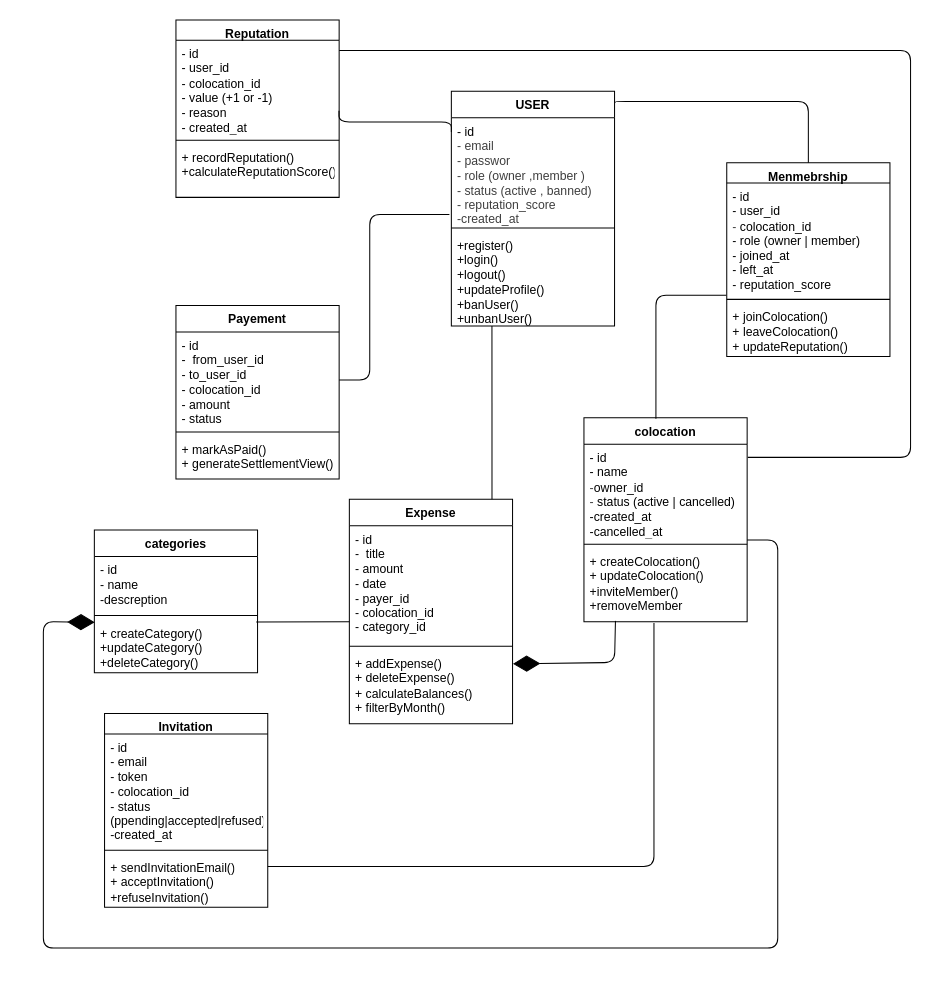
The draw.io diagram diagrammes/Classe.drawio in HIBA53757/EasyColoc, before the edit. Source tidied: cells renumbered, new cells numbered last; positions are measured from the earlier drawing's top-left corner, leaving out a move shared by most shapes. Both pictures are drawn from the tidied source at 102%, with x=0, y=0 at pixel (43, 19).
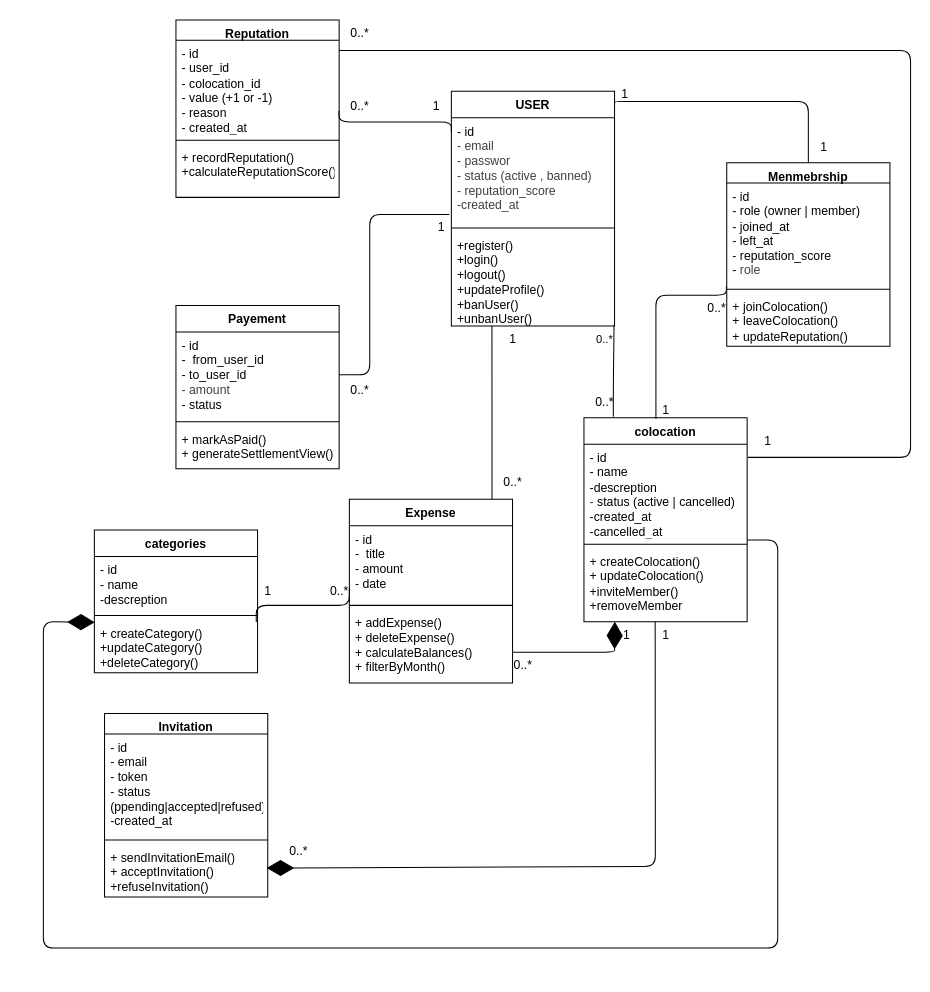
The same page after the edit.

Commit message (it also covers changes not shown here):
fix diagramme de class

Unchanged cells that the change refers to:
```xml
<mxCell id="6" value="USER" style="swimlane;fontStyle=1;align=center;verticalAlign=top;horizontal=1;startSize=26;whiteSpace=wrap;html=1;" parent="1" vertex="1">
  <mxGeometry x="400" y="70" width="160" height="230" as="geometry" />
</mxCell>
<mxCell id="9" value="+register()&lt;div&gt;+login()&lt;/div&gt;&lt;div&gt;+logout()&lt;/div&gt;&lt;div&gt;+updateProfile()&lt;/div&gt;&lt;div&gt;+banUser()&lt;/div&gt;&lt;div&gt;+unbanUser()&lt;/div&gt;" style="text;strokeColor=none;fillColor=none;align=left;verticalAlign=top;spacingLeft=4;spacingRight=4;overflow=hidden;points=[[0,0.5],[1,0.5]];portConstraint=eastwest;whiteSpace=wrap;html=1;" parent="6" vertex="1">
  <mxGeometry y="138" width="160" height="92" as="geometry" />
</mxCell>
<mxCell id="10" value="colocation" style="swimlane;fontStyle=1;align=center;verticalAlign=top;horizontal=1;startSize=26;whiteSpace=wrap;html=1;" parent="1" vertex="1">
  <mxGeometry x="530" y="390" width="160" height="200" as="geometry" />
</mxCell>
<mxCell id="13" value="+&amp;nbsp;createColocation()&lt;div&gt;+&amp;nbsp;updateColocation()&lt;/div&gt;&lt;div&gt;+inviteMember()&lt;/div&gt;&lt;div&gt;+removeMember&lt;/div&gt;" style="text;strokeColor=none;fillColor=none;align=left;verticalAlign=top;spacingLeft=4;spacingRight=4;overflow=hidden;points=[[0,0.5],[1,0.5]];portConstraint=eastwest;whiteSpace=wrap;html=1;" parent="10" vertex="1">
  <mxGeometry y="128" width="160" height="72" as="geometry" />
</mxCell>
```

Change to the diagram source:
```diff
@@
     <mxCell id="2" value="Expense" style="swimlane;fontStyle=1;align=center;verticalAlign=top;horizontal=1;startSize=26;whiteSpace=wrap;html=1;" parent="1" vertex="1">
-      <mxGeometry x="300" y="470" width="160" height="220" as="geometry" />
+      <mxGeometry x="300" y="470" width="160" height="180" as="geometry" />
     </mxCell>
-    <mxCell id="3" value="&lt;div&gt;-&amp;nbsp;id&lt;/div&gt;-&amp;nbsp; title&lt;div&gt;-&amp;nbsp;amount&lt;/div&gt;&lt;div&gt;- date&lt;/div&gt;&lt;div&gt;- payer_id&lt;/div&gt;&lt;div&gt;- colocation_id&lt;/div&gt;&lt;div&gt;- category_id&lt;/div&gt;" style="text;strokeColor=none;fillColor=none;align=left;verticalAlign=top;spacingLeft=4;spacingRight=4;overflow=hidden;points=[[0,0.5],[1,0.5]];portConstraint=eastwest;whiteSpace=wrap;html=1;" parent="2" vertex="1">
-      <mxGeometry y="26" width="160" height="114" as="geometry" />
+    <mxCell id="3" value="&lt;div&gt;-&amp;nbsp;id&lt;/div&gt;-&amp;nbsp; title&lt;div&gt;-&amp;nbsp;amount&lt;/div&gt;&lt;div&gt;- date&lt;/div&gt;" style="text;strokeColor=none;fillColor=none;align=left;verticalAlign=top;spacingLeft=4;spacingRight=4;overflow=hidden;points=[[0,0.5],[1,0.5]];portConstraint=eastwest;whiteSpace=wrap;html=1;" parent="2" vertex="1">
+      <mxGeometry y="26" width="160" height="74" as="geometry" />
     </mxCell>
     <mxCell id="4" style="line;strokeWidth=1;fillColor=none;align=left;verticalAlign=middle;spacingTop=-1;spacingLeft=3;spacingRight=3;labelPosition=right;strokeColor=inherit;" parent="2" vertex="1">
-      <mxGeometry y="140" width="160" height="8" as="geometry" />
+      <mxGeometry y="100" width="160" height="8" as="geometry" />
     </mxCell>
     <mxCell id="5" value="+&amp;nbsp;addExpense()&lt;div&gt;+ deleteExpense()&lt;/div&gt;&lt;div&gt;+ calculateBalances()&lt;/div&gt;&lt;div&gt;+ filterByMonth()&lt;/div&gt;" style="text;strokeColor=none;fillColor=none;align=left;verticalAlign=top;spacingLeft=4;spacingRight=4;overflow=hidden;points=[[0,0.5],[1,0.5]];portConstraint=eastwest;whiteSpace=wrap;html=1;" parent="2" vertex="1">
-      <mxGeometry y="148" width="160" height="72" as="geometry" />
+      <mxGeometry y="108" width="160" height="72" as="geometry" />
     </mxCell>
@@
-    <mxCell id="7" value="&lt;span style=&quot;color: rgb(0, 0, 0);&quot;&gt;- id&amp;nbsp;&lt;/span&gt;&lt;span style=&quot;background-color: transparent;&quot;&gt;&amp;nbsp;&lt;/span&gt;&lt;div style=&quot;color: rgb(63, 63, 63); scrollbar-color: rgb(226, 226, 226) rgb(251, 251, 251);&quot;&gt;- email&amp;nbsp;&lt;/div&gt;&lt;div style=&quot;color: rgb(63, 63, 63); scrollbar-color: rgb(226, 226, 226) rgb(251, 251, 251);&quot;&gt;- passwor&amp;nbsp;&lt;/div&gt;&lt;div style=&quot;color: rgb(63, 63, 63); scrollbar-color: rgb(226, 226, 226) rgb(251, 251, 251);&quot;&gt;&lt;span style=&quot;color: rgb(63, 63, 63);&quot;&gt;- role (owner ,member )&lt;/span&gt;&lt;/div&gt;&lt;div style=&quot;color: rgb(63, 63, 63); scrollbar-color: rgb(226, 226, 226) rgb(251, 251, 251);&quot;&gt;&lt;span style=&quot;color: rgb(63, 63, 63);&quot;&gt;- status (active , banned)&lt;/span&gt;&lt;/div&gt;&lt;div style=&quot;color: rgb(63, 63, 63); scrollbar-color: rgb(226, 226, 226) rgb(251, 251, 251);&quot;&gt;&lt;span style=&quot;color: rgb(63, 63, 63);&quot;&gt;- reputation_score&lt;/span&gt;&lt;/div&gt;&lt;div style=&quot;color: rgb(63, 63, 63); scrollbar-color: rgb(226, 226, 226) rgb(251, 251, 251);&quot;&gt;&lt;span style=&quot;color: rgb(63, 63, 63);&quot;&gt;-created_at&lt;/span&gt;&lt;/div&gt;" style="text;strokeColor=none;fillColor=none;align=left;verticalAlign=top;spacingLeft=4;spacingRight=4;overflow=hidden;points=[[0,0.5],[1,0.5]];portConstraint=eastwest;whiteSpace=wrap;html=1;" parent="6" vertex="1">
+    <mxCell id="7" value="&lt;span style=&quot;color: rgb(0, 0, 0);&quot;&gt;- id&amp;nbsp;&lt;/span&gt;&lt;span style=&quot;background-color: transparent;&quot;&gt;&amp;nbsp;&lt;/span&gt;&lt;div style=&quot;color: rgb(63, 63, 63); scrollbar-color: rgb(226, 226, 226) rgb(251, 251, 251);&quot;&gt;- email&amp;nbsp;&lt;/div&gt;&lt;div style=&quot;color: rgb(63, 63, 63); scrollbar-color: rgb(226, 226, 226) rgb(251, 251, 251);&quot;&gt;- passwor&amp;nbsp;&lt;/div&gt;&lt;div style=&quot;color: rgb(63, 63, 63); scrollbar-color: rgb(226, 226, 226) rgb(251, 251, 251);&quot;&gt;&lt;span style=&quot;background-color: transparent;&quot;&gt;- status (active , banned)&lt;/span&gt;&lt;/div&gt;&lt;div style=&quot;color: rgb(63, 63, 63); scrollbar-color: rgb(226, 226, 226) rgb(251, 251, 251);&quot;&gt;&lt;span style=&quot;color: rgb(63, 63, 63);&quot;&gt;- reputation_score&lt;/span&gt;&lt;/div&gt;&lt;div style=&quot;color: rgb(63, 63, 63); scrollbar-color: rgb(226, 226, 226) rgb(251, 251, 251);&quot;&gt;&lt;span style=&quot;color: rgb(63, 63, 63);&quot;&gt;-created_at&lt;/span&gt;&lt;/div&gt;" style="text;strokeColor=none;fillColor=none;align=left;verticalAlign=top;spacingLeft=4;spacingRight=4;overflow=hidden;points=[[0,0.5],[1,0.5]];portConstraint=eastwest;whiteSpace=wrap;html=1;" parent="6" vertex="1">
       <mxGeometry y="26" width="160" height="104" as="geometry" />
     </mxCell>
@@
-    <mxCell id="11" value="-&amp;nbsp;id&lt;div&gt;- name&lt;/div&gt;&lt;div&gt;&lt;span style=&quot;color: rgb(63, 63, 63); background-color: transparent;&quot;&gt;-&lt;/span&gt;&lt;span style=&quot;background-color: transparent;&quot;&gt;owner_id&lt;/span&gt;&lt;/div&gt;&lt;div&gt;&lt;span style=&quot;background-color: transparent; color: rgb(63, 63, 63);&quot;&gt;-&amp;nbsp;&lt;/span&gt;&lt;span style=&quot;background-color: transparent;&quot;&gt;status (active | cancelled)&lt;/span&gt;&lt;/div&gt;&lt;div&gt;-created_at&lt;/div&gt;&lt;div&gt;-cancelled_at&lt;/div&gt;" style="text;strokeColor=none;fillColor=none;align=left;verticalAlign=top;spacingLeft=4;spacingRight=4;overflow=hidden;whiteSpace=wrap;html=1;" parent="10" vertex="1">
+    <mxCell id="11" value="-&amp;nbsp;id&lt;div&gt;- name&lt;/div&gt;&lt;div&gt;&lt;span style=&quot;background-color: transparent;&quot;&gt;-descreption&lt;/span&gt;&lt;/div&gt;&lt;div&gt;&lt;span style=&quot;background-color: transparent; color: rgb(63, 63, 63);&quot;&gt;-&amp;nbsp;&lt;/span&gt;&lt;span style=&quot;background-color: transparent;&quot;&gt;status (active | cancelled)&lt;/span&gt;&lt;/div&gt;&lt;div&gt;-created_at&lt;/div&gt;&lt;div&gt;-cancelled_at&lt;/div&gt;" style="text;strokeColor=none;fillColor=none;align=left;verticalAlign=top;spacingLeft=4;spacingRight=4;overflow=hidden;whiteSpace=wrap;html=1;" parent="10" vertex="1">
       <mxGeometry y="26" width="160" height="94" as="geometry" />
     </mxCell>
@@
     <mxCell id="18" value="Menmebrship" style="swimlane;fontStyle=1;align=center;verticalAlign=top;horizontal=1;startSize=20;whiteSpace=wrap;html=1;" parent="1" vertex="1">
-      <mxGeometry x="670" y="140" width="160" height="190" as="geometry" />
+      <mxGeometry x="670" y="140" width="160" height="180" as="geometry" />
     </mxCell>
-    <mxCell id="19" value="-&amp;nbsp;id&lt;div&gt;-&amp;nbsp;user_id&lt;/div&gt;&lt;div&gt;&lt;span style=&quot;color: rgb(63, 63, 63); background-color: transparent;&quot;&gt;-&amp;nbsp;&lt;/span&gt;&lt;span style=&quot;background-color: transparent;&quot;&gt;colocation_id&lt;/span&gt;&lt;/div&gt;&lt;div&gt;&lt;span style=&quot;background-color: transparent;&quot;&gt;-&amp;nbsp;&lt;/span&gt;&lt;span style=&quot;background-color: transparent;&quot;&gt;role (owner | member)&lt;/span&gt;&lt;/div&gt;&lt;div&gt;- joined_at&lt;/div&gt;&lt;div&gt;- left_at&lt;/div&gt;&lt;div&gt;- reputation_score&lt;/div&gt;" style="text;strokeColor=none;fillColor=none;align=left;verticalAlign=top;spacingLeft=4;spacingRight=4;overflow=hidden;points=[[0,0.5],[1,0.5]];portConstraint=eastwest;whiteSpace=wrap;html=1;" parent="18" vertex="1">
-      <mxGeometry y="20" width="160" height="110" as="geometry" />
+    <mxCell id="19" value="-&amp;nbsp;id&lt;div&gt;&lt;span style=&quot;background-color: transparent;&quot;&gt;-&amp;nbsp;&lt;/span&gt;&lt;span style=&quot;background-color: transparent;&quot;&gt;role (owner | member)&lt;/span&gt;&lt;/div&gt;&lt;div&gt;- joined_at&lt;/div&gt;&lt;div&gt;- left_at&lt;/div&gt;&lt;div&gt;- reputation_score&lt;/div&gt;&lt;div&gt;-&lt;span style=&quot;color: rgb(63, 63, 63); background-color: transparent;&quot;&gt;&amp;nbsp;role&amp;nbsp;&lt;/span&gt;&lt;/div&gt;" style="text;strokeColor=none;fillColor=none;align=left;verticalAlign=top;spacingLeft=4;spacingRight=4;overflow=hidden;points=[[0,0.5],[1,0.5]];portConstraint=eastwest;whiteSpace=wrap;html=1;" parent="18" vertex="1">
+      <mxGeometry y="20" width="160" height="100" as="geometry" />
     </mxCell>
     <mxCell id="20" style="line;strokeWidth=1;fillColor=none;align=left;verticalAlign=middle;spacingTop=-1;spacingLeft=3;spacingRight=3;labelPosition=right;strokeColor=inherit;" parent="18" vertex="1">
-      <mxGeometry y="130" width="160" height="8" as="geometry" />
+      <mxGeometry y="120" width="160" height="8" as="geometry" />
     </mxCell>
     <mxCell id="21" value="+&amp;nbsp;joinColocation()&lt;div&gt;+&amp;nbsp;leaveColocation()&lt;/div&gt;&lt;div&gt;+ updateReputation()&lt;/div&gt;" style="text;strokeColor=none;fillColor=none;align=left;verticalAlign=top;spacingLeft=4;spacingRight=4;overflow=hidden;whiteSpace=wrap;html=1;" parent="18" vertex="1">
-      <mxGeometry y="138" width="160" height="52" as="geometry" />
+      <mxGeometry y="128" width="160" height="52" as="geometry" />
     </mxCell>
     <mxCell id="22" value="Payement" style="swimlane;fontStyle=1;align=center;verticalAlign=top;horizontal=1;startSize=26;whiteSpace=wrap;html=1;" parent="1" vertex="1">
-      <mxGeometry x="130" y="280" width="160" height="170" as="geometry" />
+      <mxGeometry x="130" y="280" width="160" height="160" as="geometry" />
     </mxCell>
-    <mxCell id="23" value="&lt;div&gt;-&amp;nbsp;id&lt;/div&gt;-&amp;nbsp; from_user_id&lt;div&gt;-&amp;nbsp;to_user_id&lt;/div&gt;&lt;div&gt;- colocation_id&lt;/div&gt;&lt;div&gt;- amount&lt;/div&gt;&lt;div&gt;-&amp;nbsp;status&lt;/div&gt;&lt;div&gt;&lt;br&gt;&lt;/div&gt;" style="text;strokeColor=none;fillColor=none;align=left;verticalAlign=top;spacingLeft=4;spacingRight=4;overflow=hidden;points=[[0,0.5],[1,0.5]];portConstraint=eastwest;whiteSpace=wrap;html=1;" parent="22" vertex="1">
-      <mxGeometry y="26" width="160" height="94" as="geometry" />
+    <mxCell id="23" value="&lt;div&gt;-&amp;nbsp;id&lt;/div&gt;-&amp;nbsp; from_user_id&lt;div&gt;-&amp;nbsp;to_user_id&lt;/div&gt;&lt;div&gt;&lt;span style=&quot;color: rgb(63, 63, 63); background-color: transparent;&quot;&gt;- amount&lt;/span&gt;&lt;/div&gt;&lt;div&gt;-&amp;nbsp;status&lt;/div&gt;&lt;div&gt;&lt;br&gt;&lt;/div&gt;" style="text;strokeColor=none;fillColor=none;align=left;verticalAlign=top;spacingLeft=4;spacingRight=4;overflow=hidden;points=[[0,0.5],[1,0.5]];portConstraint=eastwest;whiteSpace=wrap;html=1;" parent="22" vertex="1">
+      <mxGeometry y="26" width="160" height="84" as="geometry" />
     </mxCell>
     <mxCell id="24" style="line;strokeWidth=1;fillColor=none;align=left;verticalAlign=middle;spacingTop=-1;spacingLeft=3;spacingRight=3;labelPosition=right;strokeColor=inherit;" parent="22" vertex="1">
-      <mxGeometry y="120" width="160" height="8" as="geometry" />
+      <mxGeometry y="110" width="160" height="8" as="geometry" />
     </mxCell>
     <mxCell id="25" value="+&amp;nbsp;markAsPaid()&lt;div&gt;+ generateSettlementView()&lt;/div&gt;" style="text;strokeColor=none;fillColor=none;align=left;verticalAlign=top;spacingLeft=4;spacingRight=4;overflow=hidden;whiteSpace=wrap;html=1;" parent="22" vertex="1">
-      <mxGeometry y="128" width="160" height="42" as="geometry" />
+      <mxGeometry y="118" width="160" height="42" as="geometry" />
     </mxCell>
@@
     <mxCell id="30" value="Invitation" style="swimlane;fontStyle=1;align=center;verticalAlign=top;horizontal=1;startSize=20;whiteSpace=wrap;html=1;" parent="1" vertex="1">
-      <mxGeometry x="60" y="680" width="160" height="190" as="geometry" />
+      <mxGeometry x="60" y="680" width="160" height="180" as="geometry" />
     </mxCell>
-    <mxCell id="31" value="-&amp;nbsp;id&lt;div&gt;- email&lt;/div&gt;&lt;div&gt;- token&lt;/div&gt;&lt;div&gt;- colocation_id&lt;/div&gt;&lt;div&gt;- status (ppending|accepted|refused)&lt;/div&gt;&lt;div&gt;-created_at&lt;/div&gt;" style="text;strokeColor=none;fillColor=none;align=left;verticalAlign=top;spacingLeft=4;spacingRight=4;overflow=hidden;whiteSpace=wrap;html=1;" parent="30" vertex="1">
-      <mxGeometry y="20" width="160" height="110" as="geometry" />
+    <mxCell id="31" value="-&amp;nbsp;id&lt;div&gt;- email&lt;/div&gt;&lt;div&gt;- token&lt;/div&gt;&lt;div&gt;- status (ppending|accepted|refused)&lt;/div&gt;&lt;div&gt;-created_at&lt;/div&gt;" style="text;strokeColor=none;fillColor=none;align=left;verticalAlign=top;spacingLeft=4;spacingRight=4;overflow=hidden;whiteSpace=wrap;html=1;" parent="30" vertex="1">
+      <mxGeometry y="20" width="160" height="100" as="geometry" />
     </mxCell>
     <mxCell id="32" style="line;strokeWidth=1;fillColor=none;align=left;verticalAlign=middle;spacingTop=-1;spacingLeft=3;spacingRight=3;labelPosition=right;strokeColor=inherit;" parent="30" vertex="1">
-      <mxGeometry y="130" width="160" height="8" as="geometry" />
+      <mxGeometry y="120" width="160" height="8" as="geometry" />
     </mxCell>
     <mxCell id="33" value="+&amp;nbsp;sendInvitationEmail()&lt;div&gt;+&amp;nbsp;acceptInvitation()&lt;/div&gt;&lt;div&gt;+refuseInvitation()&lt;/div&gt;" style="text;strokeColor=none;fillColor=none;align=left;verticalAlign=top;spacingLeft=4;spacingRight=4;overflow=hidden;points=[[0,0.5],[1,0.5]];portConstraint=eastwest;whiteSpace=wrap;html=1;" parent="30" vertex="1">
-      <mxGeometry y="138" width="160" height="52" as="geometry" />
+      <mxGeometry y="128" width="160" height="52" as="geometry" />
     </mxCell>
@@
-    <mxCell id="36" style="edgeStyle=elbowEdgeStyle;html=1;endArrow=none;elbow=vertical;entryX=0.429;entryY=1.018;entryDx=0;entryDy=0;entryPerimeter=0;" parent="1" edge="1" target="13">
-      <mxGeometry relative="1" as="geometry">
-        <mxPoint x="220" y="830" as="sourcePoint" />
-        <Array as="points">
-          <mxPoint x="599" y="830" />
-        </Array>
-      </mxGeometry>
-    </mxCell>
@@
-    <mxCell id="39" style="endArrow=diamondThin;endFill=1;endSize=24;html=1;exitX=0.193;exitY=0.989;exitDx=0;exitDy=0;exitPerimeter=0;entryX=1.002;entryY=0.185;entryDx=0;entryDy=0;entryPerimeter=0;" parent="1" edge="1" source="13" target="5">
+    <mxCell id="39" style="endArrow=diamondThin;endFill=1;endSize=24;html=1;entryX=0.176;entryY=0.072;entryDx=0;entryDy=0;entryPerimeter=0;exitX=0.25;exitY=0.067;exitDx=0;exitDy=0;exitPerimeter=0;" parent="1" edge="1" source="49" target="48">
       <mxGeometry relative="1" as="geometry">
         <Array as="points">
-          <mxPoint x="560" y="630" />
+          <mxPoint x="560" y="620" />
         </Array>
       </mxGeometry>
     </mxCell>
@@
+    <mxCell id="44" value="1" style="text;html=1;align=center;verticalAlign=middle;strokeColor=none;fillColor=none;" parent="1" vertex="1">
+      <mxGeometry x="555" y="58" width="30" height="30" as="geometry" />
+    </mxCell>
+    <mxCell id="45" value="1" style="text;html=1;align=center;verticalAlign=middle;strokeColor=none;fillColor=none;" parent="1" vertex="1">
+      <mxGeometry x="750" y="110" width="30" height="30" as="geometry" />
+    </mxCell>
+    <mxCell id="46" value="1" style="text;html=1;align=center;verticalAlign=middle;strokeColor=none;fillColor=none;" parent="1" vertex="1">
+      <mxGeometry x="595" y="368" width="30" height="30" as="geometry" />
+    </mxCell>
+    <mxCell id="47" value="0..*" style="text;html=1;align=center;verticalAlign=middle;strokeColor=none;fillColor=none;" parent="1" vertex="1">
+      <mxGeometry x="640" y="268" width="40" height="30" as="geometry" />
+    </mxCell>
+    <mxCell id="48" value="&amp;nbsp;1" style="text;html=1;align=center;verticalAlign=middle;points=[];strokeColor=none;fillColor=none;" parent="1" vertex="1">
+      <mxGeometry x="555" y="588" width="30" height="30" as="geometry" />
+    </mxCell>
+    <mxCell id="49" value="0..*" style="text;html=1;align=center;verticalAlign=middle;points=[];strokeColor=none;fillColor=none;" parent="1" vertex="1">
+      <mxGeometry x="450" y="618" width="40" height="30" as="geometry" />
+    </mxCell>
+    <mxCell id="50" value="1" style="text;html=1;align=center;verticalAlign=middle;strokeColor=none;fillColor=none;" parent="1" vertex="1">
+      <mxGeometry x="205" y="545" width="30" height="30" as="geometry" />
+    </mxCell>
+    <mxCell id="51" value="0..*" style="text;html=1;align=center;verticalAlign=middle;strokeColor=none;fillColor=none;" parent="1" vertex="1">
+      <mxGeometry x="270" y="545" width="40" height="30" as="geometry" />
+    </mxCell>
+    <mxCell id="52" value="1" style="text;html=1;align=center;verticalAlign=middle;strokeColor=none;fillColor=none;" parent="1" vertex="1">
+      <mxGeometry x="445" y="298" width="30" height="30" as="geometry" />
+    </mxCell>
+    <mxCell id="53" value="0..*" style="text;html=1;align=center;verticalAlign=middle;strokeColor=none;fillColor=none;" parent="1" vertex="1">
+      <mxGeometry x="440" y="438" width="40" height="30" as="geometry" />
+    </mxCell>
+    <mxCell id="54" value="1" style="text;html=1;align=center;verticalAlign=middle;points=[];strokeColor=none;fillColor=none;" parent="1" vertex="1">
+      <mxGeometry x="595" y="588" width="30" height="30" as="geometry" />
+    </mxCell>
+    <mxCell id="55" value="0..*" style="text;html=1;align=center;verticalAlign=middle;strokeColor=none;fillColor=none;" parent="1" vertex="1">
+      <mxGeometry x="230" y="800" width="40" height="30" as="geometry" />
+    </mxCell>
+    <mxCell id="56" value="1" style="text;html=1;align=center;verticalAlign=middle;strokeColor=none;fillColor=none;" parent="1" vertex="1">
+      <mxGeometry x="375" y="188" width="30" height="30" as="geometry" />
+    </mxCell>
+    <mxCell id="57" value="0..*" style="text;html=1;align=center;verticalAlign=middle;strokeColor=none;fillColor=none;" parent="1" vertex="1">
+      <mxGeometry x="290" y="348" width="40" height="30" as="geometry" />
+    </mxCell>
+    <mxCell id="58" value="1" style="text;html=1;align=center;verticalAlign=middle;strokeColor=none;fillColor=none;" parent="1" vertex="1">
+      <mxGeometry x="370" y="70" width="30" height="30" as="geometry" />
+    </mxCell>
+    <mxCell id="59" value="1" style="text;html=1;align=center;verticalAlign=middle;strokeColor=none;fillColor=none;" parent="1" vertex="1">
+      <mxGeometry x="695" y="398" width="30" height="30" as="geometry" />
+    </mxCell>
+    <mxCell id="60" value="0..*" style="text;html=1;align=center;verticalAlign=middle;strokeColor=none;fillColor=none;" parent="1" vertex="1">
+      <mxGeometry x="290" y="-2" width="40" height="30" as="geometry" />
+    </mxCell>
+    <mxCell id="61" value="0..*" style="text;html=1;align=center;verticalAlign=middle;strokeColor=none;fillColor=none;" parent="1" vertex="1">
+      <mxGeometry x="290" y="70" width="40" height="30" as="geometry" />
+    </mxCell>
+    <mxCell id="62" style="edgeStyle=elbowEdgeStyle;html=1;endArrow=none;elbow=vertical;entryX=0.997;entryY=0.987;entryDx=0;entryDy=0;entryPerimeter=0;exitX=0.18;exitY=-0.004;exitDx=0;exitDy=0;exitPerimeter=0;" parent="1" edge="1" source="10" target="9">
+      <mxGeometry relative="1" as="geometry">
+        <Array as="points">
+          <mxPoint x="560" y="360" />
+        </Array>
+      </mxGeometry>
+    </mxCell>
+    <mxCell id="63" value="0..*" style="edgeLabel;html=1;align=center;verticalAlign=middle;" parent="62" vertex="1">
+      <mxGeometry x="0.61" y="5" relative="1" as="geometry">
+        <mxPoint x="-5" y="-4" as="offset" />
+      </mxGeometry>
+    </mxCell>
+    <mxCell id="64" value="0..*" style="text;html=1;align=center;verticalAlign=middle;strokeColor=none;fillColor=none;" parent="1" vertex="1">
+      <mxGeometry x="530" y="360" width="40" height="30" as="geometry" />
+    </mxCell>
+    <mxCell id="65" style="endArrow=diamondThin;endFill=1;endSize=24;html=1;exitX=0.161;exitY=0.072;exitDx=0;exitDy=0;exitPerimeter=0;entryX=0.994;entryY=0.452;entryDx=0;entryDy=0;entryPerimeter=0;" parent="1" edge="1" source="54" target="33">
+      <mxGeometry relative="1" as="geometry">
+        <Array as="points">
+          <mxPoint x="600" y="830" />
+        </Array>
+      </mxGeometry>
+    </mxCell>
```
